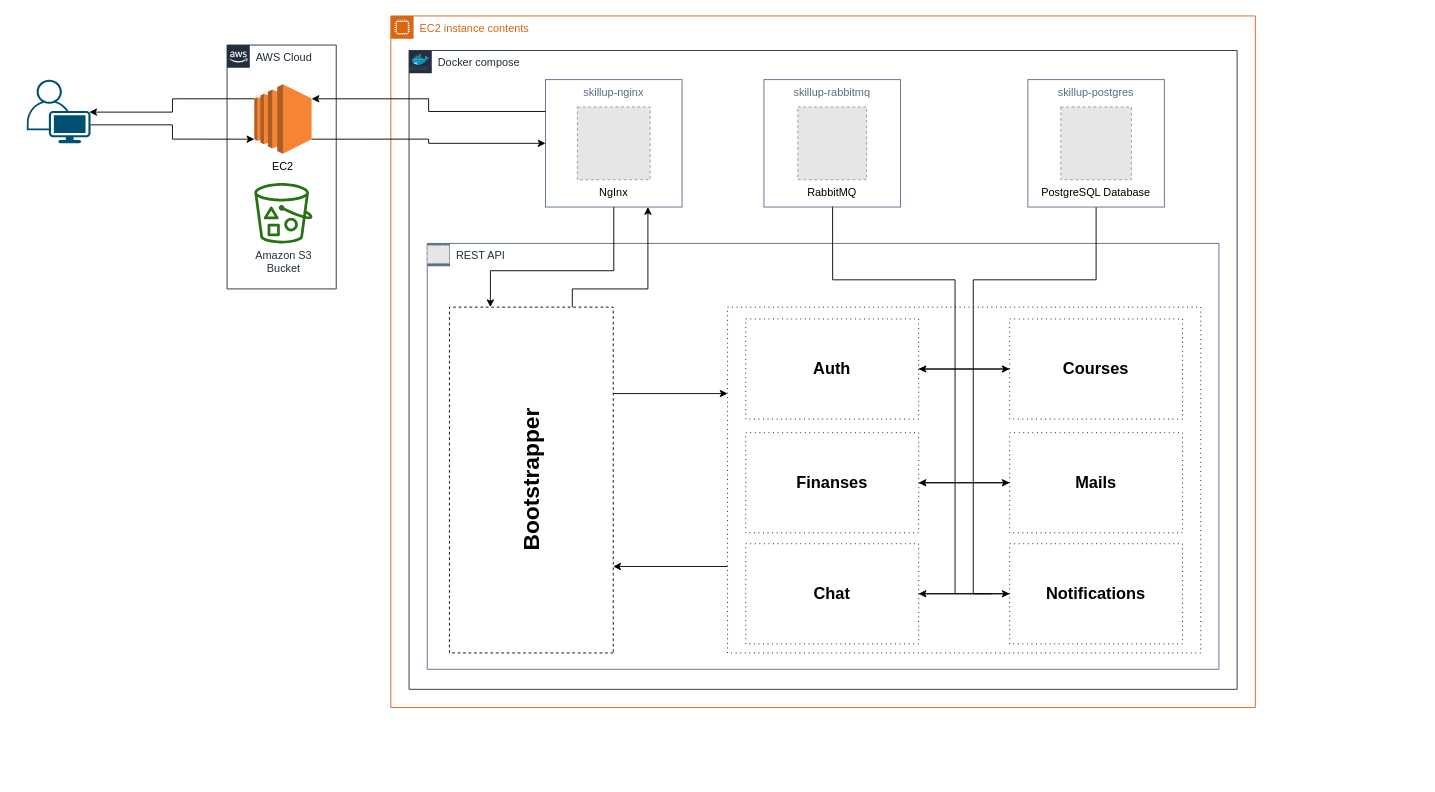
Before: page "Architecture-Prod" (1 of 2) of src/documentation/graphs.drawio in FriZiii/SkillUp, a draw.io diagram. Source tidied: cells renumbered, new cells numbered last; positions are measured from the earlier drawing's top-left corner, leaving out a move shared by most shapes. Both pictures are drawn from the tidied source at 91%, with x=0, y=0 at pixel (26, 15). Pictures stored in the file or linked from it are replaced by grey dashed boxes.
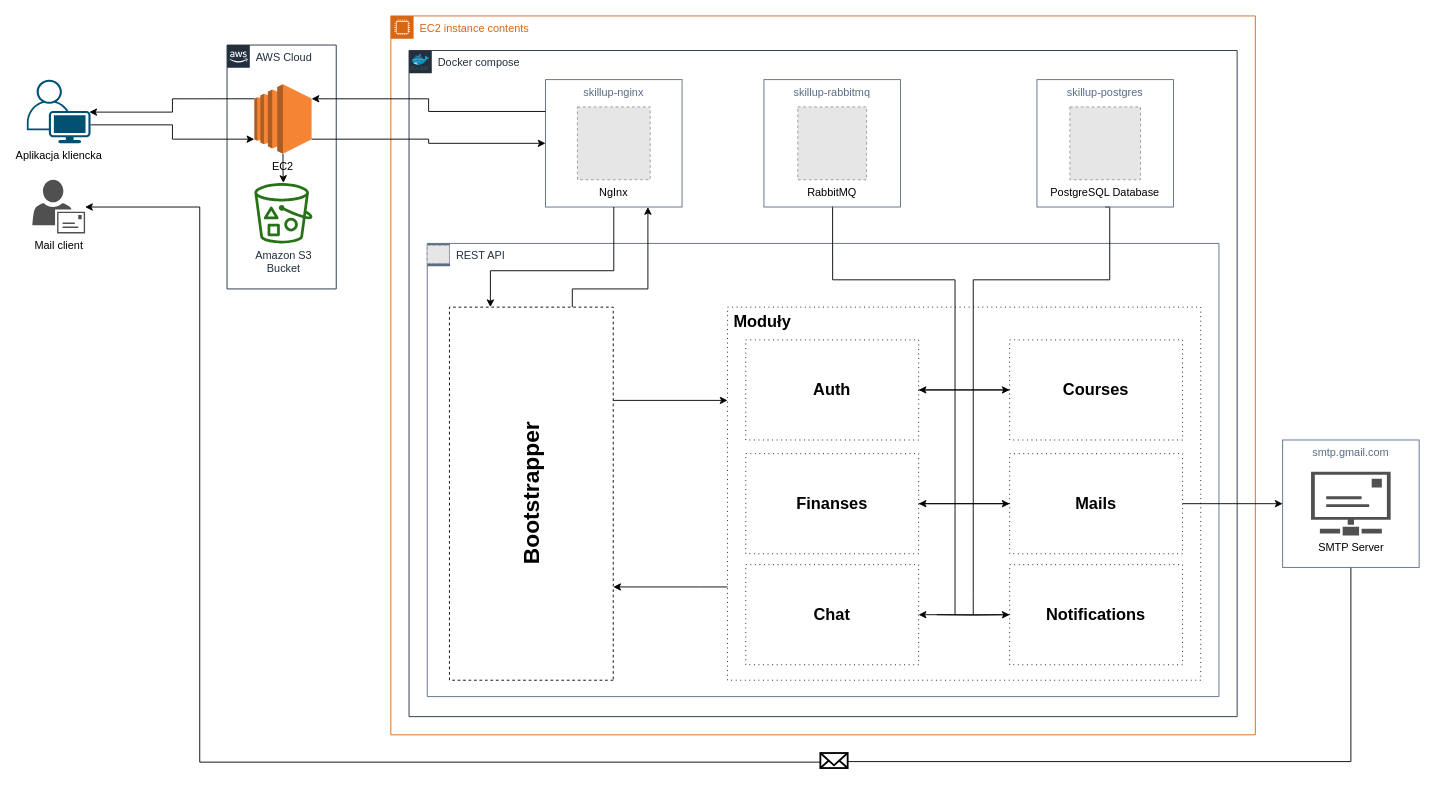
After the change.

Commit message (it also covers changes not shown here):
added mail client to graph

The change refers to these unchanged cells:
```xml
<mxCell id="2" value="AWS Cloud" style="gradientColor=none;html=1;whiteSpace=wrap;fontSize=12;fontStyle=0;shape=mxgraph.aws4.group;grIcon=mxgraph.aws4.group_aws_cloud_alt;strokeColor=#232F3E;fillColor=none;verticalAlign=top;align=left;spacingLeft=30;fontColor=#232F3E;dashed=0;" parent="1" vertex="1">
  <mxGeometry x="220" y="32" width="120" height="268" as="geometry" />
</mxCell>
<mxCell id="3" value="Amazon S3&lt;br&gt;Bucket&lt;br&gt;" style="outlineConnect=0;fontColor=#232F3E;gradientColor=none;fillColor=#277116;strokeColor=none;dashed=0;verticalLabelPosition=bottom;verticalAlign=top;align=center;html=1;fontSize=12;fontStyle=0;shape=mxgraph.aws4.bucket_with_objects;labelBackgroundColor=#ffffff;" parent="2" vertex="1">
  <mxGeometry x="30" y="151.5" width="63.9" height="66.5" as="geometry" />
</mxCell>
<mxCell id="4" value="EC2" style="outlineConnect=0;dashed=0;verticalLabelPosition=bottom;verticalAlign=top;align=center;html=1;shape=mxgraph.aws3.ec2;fillColor=#F58534;gradientColor=none;" parent="2" vertex="1">
  <mxGeometry x="30" y="43" width="62.9" height="76.5" as="geometry" />
</mxCell>
<mxCell id="31" style="group;" parent="6" vertex="1">
  <mxGeometry x="390" y="32" width="150" height="140" as="geometry" />
</mxCell>
<mxCell id="33" value="skillup-rabbitmq" style="fillColor=none;strokeColor=#5A6C86;verticalAlign=top;fontStyle=0;fontColor=#5A6C86;whiteSpace=wrap;html=1;" parent="31" vertex="1">
  <mxGeometry width="150" height="140" as="geometry" />
</mxCell>
```

What changed in the source:
```diff
@@
+    <mxCell id="44" style="edgeStyle=orthogonalEdgeStyle;rounded=0;jettySize=auto;html=1;" parent="2" edge="1" source="4" target="3">
+      <mxGeometry relative="1" as="geometry" />
+    </mxCell>
@@
     <mxCell id="5" value="EC2 instance contents" style="gradientColor=none;html=1;whiteSpace=wrap;fontSize=12;fontStyle=0;shape=mxgraph.aws4.group;grIcon=mxgraph.aws4.group_ec2_instance_contents;strokeColor=#D86613;fillColor=none;verticalAlign=top;align=left;spacingLeft=30;fontColor=#D86613;dashed=0;" parent="1" vertex="1">
-      <mxGeometry x="400" width="950" height="760" as="geometry" />
+      <mxGeometry x="400" width="950" height="790" as="geometry" />
     </mxCell>
     <mxCell id="6" value="Docker compose" style="gradientColor=none;html=1;whiteSpace=wrap;fontSize=12;fontStyle=0;shape=mxgraph.aws4.group;grIcon=mxgraph.aws4.group_aws_cloud_alt;strokeColor=#232F3E;fillColor=none;verticalAlign=top;align=left;spacingLeft=30;fontColor=#232F3E;dashed=0;" parent="5" vertex="1">
-      <mxGeometry x="20" y="38" width="910" height="702" as="geometry" />
+      <mxGeometry x="20" y="38" width="910" height="732" as="geometry" />
     </mxCell>
@@
     <mxCell id="10" value="REST API" style="points=[[0,0],[0.25,0],[0.5,0],[0.75,0],[1,0],[1,0.25],[1,0.5],[1,0.75],[1,1],[0.75,1],[0.5,1],[0.25,1],[0,1],[0,0.75],[0,0.5],[0,0.25]];outlineConnect=0;gradientColor=none;html=1;whiteSpace=wrap;fontSize=12;fontStyle=0;shape=mxgraph.aws4.group;grIcon=mxgraph.aws4.group_aws_cloud_alt;strokeColor=#5A6C86;fillColor=none;verticalAlign=top;align=left;spacingLeft=30;fontColor=#232F3E;" parent="6" vertex="1">
-      <mxGeometry x="20" y="212" width="870" height="468" as="geometry" />
+      <mxGeometry x="20" y="212" width="870" height="498" as="geometry" />
     </mxCell>
-    <mxCell id="11" style="edgeStyle=orthogonalEdgeStyle;rounded=0;jettySize=auto;html=1;exitX=0;exitY=0.75;exitDx=0;exitDy=0;entryX=0;entryY=0.25;entryDx=0;entryDy=0;" parent="10" edge="1" source="12" target="15">
-      <mxGeometry relative="1" as="geometry" />
-    </mxCell>
-    <mxCell id="12" value="&lt;h2&gt;&lt;br&gt;&lt;/h2&gt;" style="rounded=0;whiteSpace=wrap;html=1;dashed=1;dashPattern=1 4;fillColor=none;" parent="10" vertex="1">
-      <mxGeometry x="330" y="70" width="520" height="380" as="geometry" />
+    <mxCell id="12" value="&lt;h2 style=&quot;margin: 0px 0px 0px 5px; line-height: 100%;&quot;&gt;&lt;font style=&quot;font-size: 18px;&quot;&gt;Moduły&lt;/font&gt;&lt;/h2&gt;" style="rounded=0;whiteSpace=wrap;html=1;dashed=1;dashPattern=1 4;fillColor=none;align=left;verticalAlign=top;" parent="10" vertex="1">
+      <mxGeometry x="330" y="70" width="520" height="410" as="geometry" />
     </mxCell>
@@
     <mxCell id="14" style="edgeStyle=orthogonalEdgeStyle;rounded=0;jettySize=auto;html=1;exitX=0;exitY=0.75;exitDx=0;exitDy=0;entryX=0;entryY=0.25;entryDx=0;entryDy=0;" parent="10" edge="1" source="15" target="12">
-      <mxGeometry relative="1" as="geometry" />
+      <mxGeometry relative="1" as="geometry">
+        <Array as="points">
+          <mxPoint x="236" y="173" />
+          <mxPoint x="236" y="173" />
+        </Array>
+      </mxGeometry>
     </mxCell>
     <mxCell id="15" value="&lt;h3 style=&quot;font-size: 25px;&quot;&gt;Bootstrapper&lt;/h3&gt;" style="rounded=0;whiteSpace=wrap;html=1;dashed=1;fillColor=none;flipH=0;flipV=0;fontSize=24;textDirection=vertical-lr;horizontal=1;verticalAlign=middle;align=center;labelPosition=center;verticalLabelPosition=middle;direction=east;rotation=-180;" parent="10" vertex="1">
-      <mxGeometry x="24.4" y="70" width="180" height="380" as="geometry" />
+      <mxGeometry x="24.4" y="70" width="180" height="410" as="geometry" />
     </mxCell>
@@
     <mxCell id="17" value="&lt;h2&gt;Auth&lt;/h2&gt;" style="rounded=0;whiteSpace=wrap;html=1;dashed=1;dashPattern=1 4;fillColor=none;" parent="10" vertex="1">
-      <mxGeometry x="350" y="83" width="190" height="110" as="geometry" />
+      <mxGeometry x="350" y="106" width="190" height="110" as="geometry" />
     </mxCell>
@@
     <mxCell id="19" value="&lt;h2&gt;Courses&lt;/h2&gt;" style="rounded=0;whiteSpace=wrap;html=1;dashed=1;dashPattern=1 4;fillColor=none;" parent="10" vertex="1">
-      <mxGeometry x="640" y="83" width="190" height="110" as="geometry" />
+      <mxGeometry x="640" y="106" width="190" height="110" as="geometry" />
     </mxCell>
@@
     <mxCell id="21" value="&lt;h2&gt;Finanses&lt;/h2&gt;" style="rounded=0;whiteSpace=wrap;html=1;dashed=1;dashPattern=1 4;fillColor=none;" parent="10" vertex="1">
-      <mxGeometry x="350" y="208" width="190" height="110" as="geometry" />
+      <mxGeometry x="350" y="231" width="190" height="110" as="geometry" />
     </mxCell>
-    <mxCell id="22" style="edgeStyle=orthogonalEdgeStyle;rounded=0;jettySize=auto;html=1;exitX=1;exitY=0.5;exitDx=0;exitDy=0;entryX=0;entryY=0.5;entryDx=0;entryDy=0;" parent="10" edge="1" source="23" target="27">
-      <mxGeometry relative="1" as="geometry" />
+    <mxCell id="22" style="edgeStyle=orthogonalEdgeStyle;rounded=0;jettySize=auto;html=1;entryX=0;entryY=0.5;entryDx=0;entryDy=0;" parent="10" edge="1" target="27">
+      <mxGeometry relative="1" as="geometry">
+        <mxPoint x="560" y="408" as="sourcePoint" />
+      </mxGeometry>
     </mxCell>
     <mxCell id="23" value="&lt;h2&gt;Chat&lt;/h2&gt;" style="rounded=0;whiteSpace=wrap;html=1;dashed=1;dashPattern=1 4;fillColor=none;" parent="10" vertex="1">
-      <mxGeometry x="350" y="330" width="190" height="110" as="geometry" />
+      <mxGeometry x="350" y="353" width="190" height="110" as="geometry" />
     </mxCell>
@@
     <mxCell id="25" value="&lt;h2&gt;Mails&lt;/h2&gt;" style="rounded=0;whiteSpace=wrap;html=1;dashed=1;dashPattern=1 4;fillColor=none;" parent="10" vertex="1">
-      <mxGeometry x="640" y="208" width="190" height="110" as="geometry" />
+      <mxGeometry x="640" y="231" width="190" height="110" as="geometry" />
     </mxCell>
@@
     <mxCell id="27" value="&lt;h2&gt;Notifications&lt;/h2&gt;" style="rounded=0;whiteSpace=wrap;html=1;dashed=1;dashPattern=1 4;fillColor=none;" parent="10" vertex="1">
-      <mxGeometry x="640" y="330" width="190" height="110" as="geometry" />
+      <mxGeometry x="640" y="353" width="190" height="110" as="geometry" />
     </mxCell>
+    <mxCell id="11" style="edgeStyle=orthogonalEdgeStyle;rounded=0;jettySize=auto;html=1;exitX=0;exitY=0.75;exitDx=0;exitDy=0;entryX=0;entryY=0.25;entryDx=0;entryDy=0;" parent="10" edge="1" source="12" target="15">
+      <mxGeometry relative="1" as="geometry">
+        <Array as="points">
+          <mxPoint x="300" y="378" />
+          <mxPoint x="300" y="378" />
+        </Array>
+      </mxGeometry>
+    </mxCell>
@@
     <mxCell id="32" style="edgeStyle=orthogonalEdgeStyle;rounded=0;jettySize=auto;html=1;exitX=0.503;exitY=0.995;exitDx=0;exitDy=0;endArrow=none;endFill=0;exitPerimeter=0;" parent="31" edge="1" source="33">
       <mxGeometry relative="1" as="geometry">
-        <mxPoint x="210" y="565" as="targetPoint" />
+        <mxPoint x="210" y="588" as="targetPoint" />
         <Array as="points">
           <mxPoint x="76" y="220" />
           <mxPoint x="210" y="220" />
         </Array>
       </mxGeometry>
     </mxCell>
@@
     <mxCell id="35" style="group;" parent="6" vertex="1">
-      <mxGeometry x="700" y="32" width="150" height="140" as="geometry" />
+      <mxGeometry x="690" y="32" width="150" height="140" as="geometry" />
     </mxCell>
     <mxCell id="36" style="edgeStyle=orthogonalEdgeStyle;rounded=0;jettySize=auto;html=1;endArrow=none;endFill=0;exitX=0.5;exitY=1;exitDx=0;exitDy=0;" parent="35" edge="1" source="37">
       <mxGeometry relative="1" as="geometry">
-        <mxPoint x="-60" y="565" as="targetPoint" />
+        <mxPoint x="-70" y="588" as="targetPoint" />
         <Array as="points">
-          <mxPoint x="55" y="220" />
-          <mxPoint x="-80" y="220" />
-          <mxPoint x="-80" y="565" />
+          <mxPoint x="80" y="140" />
+          <mxPoint x="80" y="220" />
+          <mxPoint x="-70" y="220" />
+          <mxPoint x="-70" y="565" />
         </Array>
       </mxGeometry>
     </mxCell>
     <mxCell id="37" value="skillup-postgres" style="fillColor=none;strokeColor=#5A6C86;verticalAlign=top;fontStyle=0;fontColor=#5A6C86;whiteSpace=wrap;html=1;" parent="35" vertex="1">
-      <mxGeometry x="-20" width="150" height="140" as="geometry" />
+      <mxGeometry width="150" height="140" as="geometry" />
     </mxCell>
     <mxCell id="38" value="PostgreSQL Database" style="fillColor=#E6E6E6;strokeColor=#999999;dashed=1;verticalLabelPosition=bottom;labelBackgroundColor=default;verticalAlign=top;" parent="35" vertex="1">
-      <mxGeometry x="16.2" y="30" width="77.6" height="80" as="geometry" />
+      <mxGeometry x="36.2" y="30" width="77.6" height="80" as="geometry" />
     </mxCell>
@@
-    <mxCell id="40" style="points=[[0.35,0,0],[0.98,0.51,0],[1,0.71,0],[0.67,1,0],[0,0.795,0],[0,0.65,0]];verticalLabelPosition=bottom;sketch=0;html=1;verticalAlign=top;align=center;shape=mxgraph.cisco19.user;fillColor=#005073;strokeColor=none;" parent="1" vertex="1">
+    <mxCell id="40" value="Aplikacja kliencka" style="points=[[0.35,0,0],[0.98,0.51,0],[1,0.71,0],[0.67,1,0],[0,0.795,0],[0,0.65,0]];verticalLabelPosition=bottom;sketch=0;html=1;verticalAlign=top;align=center;shape=mxgraph.cisco19.user;fillColor=#005073;strokeColor=none;" parent="1" vertex="1">
       <mxGeometry y="70" width="70" height="70" as="geometry" />
     </mxCell>
@@
+    <mxCell id="45" value="Mail client" style="sketch=0;shadow=0;dashed=0;html=1;strokeColor=none;fillColor=#505050;labelPosition=center;verticalLabelPosition=bottom;verticalAlign=top;outlineConnect=0;align=center;shape=mxgraph.office.users.mail_user;" parent="1" vertex="1">
+      <mxGeometry x="6" y="180" width="58" height="59" as="geometry" />
+    </mxCell>
+    <mxCell id="46" style="edgeStyle=orthogonalEdgeStyle;rounded=0;jettySize=auto;html=1;exitX=0.5;exitY=1;exitDx=0;exitDy=0;" parent="1" edge="1" source="49" target="45">
+      <mxGeometry relative="1" as="geometry">
+        <Array as="points">
+          <mxPoint x="887" y="820" />
+          <mxPoint x="190" y="820" />
+          <mxPoint x="190" y="210" />
+        </Array>
+      </mxGeometry>
+    </mxCell>
+    <mxCell id="47" style="edgeStyle=orthogonalEdgeStyle;rounded=0;jettySize=auto;html=1;entryX=0;entryY=0.5;entryDx=0;entryDy=0;" parent="1" edge="1" source="25" target="51">
+      <mxGeometry relative="1" as="geometry" />
+    </mxCell>
+    <mxCell id="48" style="edgeStyle=orthogonalEdgeStyle;rounded=0;jettySize=auto;html=1;entryX=0.54;entryY=0.57;entryDx=0;entryDy=0;entryPerimeter=0;exitX=0.5;exitY=1;exitDx=0;exitDy=0;" parent="1" edge="1" source="51" target="49">
+      <mxGeometry relative="1" as="geometry">
+        <Array as="points">
+          <mxPoint x="1455" y="819" />
+        </Array>
+      </mxGeometry>
+    </mxCell>
+    <mxCell id="49" style="html=1;verticalLabelPosition=bottom;align=center;labelBackgroundColor=#ffffff;verticalAlign=top;strokeWidth=2;strokeColor=#000000;shadow=0;dashed=0;shape=mxgraph.ios7.icons.mail;" parent="1" vertex="1">
+      <mxGeometry x="872" y="810" width="30" height="16.5" as="geometry" />
+    </mxCell>
+    <mxCell id="50" style="group;" parent="1" vertex="1">
+      <mxGeometry x="1380" y="466" width="150" height="140" as="geometry" />
+    </mxCell>
+    <mxCell id="51" value="smtp.gmail.com" style="fillColor=none;strokeColor=#5A6C86;verticalAlign=top;fontStyle=0;fontColor=#5A6C86;whiteSpace=wrap;html=1;" parent="50" vertex="1">
+      <mxGeometry width="150" height="140" as="geometry" />
+    </mxCell>
+    <mxCell id="52" value="SMTP Server" style="sketch=0;shadow=0;dashed=0;html=1;strokeColor=none;fillColor=#505050;labelPosition=center;verticalLabelPosition=bottom;verticalAlign=top;align=center;shape=mxgraph.office.communications.smtp_connector;" parent="50" vertex="1">
+      <mxGeometry x="31.2" y="35" width="87.5" height="70" as="geometry" />
+    </mxCell>
```
